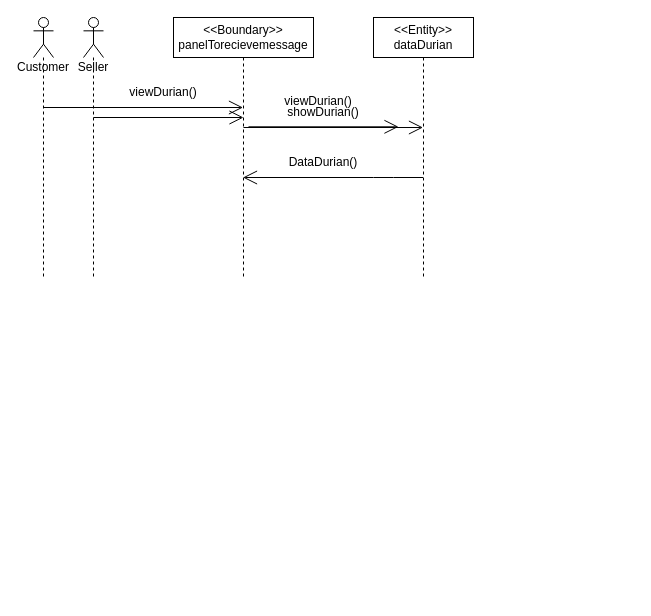
Before: View Stock.drawio in munkeawtoast/isad-diagrams, a draw.io diagram. Source tidied: cells renumbered, new cells numbered last; positions are measured from the earlier drawing's top-left corner, leaving out a move shared by most shapes. Both pictures are drawn from the tidied source at 100%, with x=0, y=0 at pixel (33, 17).
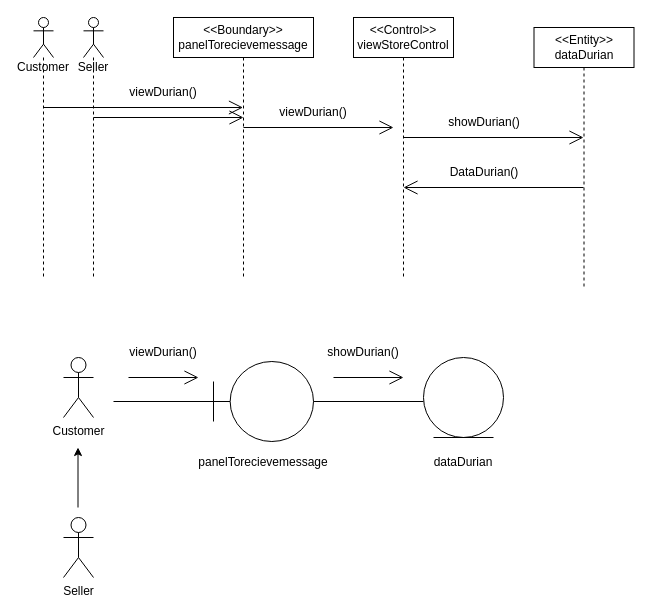
The same page after the edit.

The edit, as a diff of the source:
```diff
@@
     <mxCell id="8" value="&amp;lt;&amp;lt;Entity&amp;gt;&amp;gt;&lt;br&gt;dataDurian" style="shape=umlLifeline;perimeter=lifelinePerimeter;whiteSpace=wrap;html=1;outlineConnect=0;" parent="1" vertex="1">
-      <mxGeometry x="340" width="100" height="260" as="geometry" />
+      <mxGeometry x="500.5" y="10" width="100" height="260" as="geometry" />
     </mxCell>
     <mxCell id="9" style="endArrow=open;endFill=1;endSize=12;html=1;" parent="1" edge="1" target="8">
       <mxGeometry relative="1" as="geometry">
-        <mxPoint x="210" y="110" as="sourcePoint" />
+        <mxPoint x="370.5" y="120" as="sourcePoint" />
       </mxGeometry>
     </mxCell>
     <mxCell id="10" value="showDurian()" style="text;html=1;strokeColor=none;fillColor=none;align=center;verticalAlign=middle;whiteSpace=wrap;rounded=0;" parent="1" vertex="1">
-      <mxGeometry x="260" y="80" width="60" height="30" as="geometry" />
+      <mxGeometry x="420.5" y="90" width="60" height="30" as="geometry" />
     </mxCell>
     <mxCell id="11" style="endArrow=open;endFill=1;endSize=12;html=1;" parent="1" edge="1">
       <mxGeometry relative="1" as="geometry">
-        <mxPoint x="389.5" y="160" as="sourcePoint" />
-        <mxPoint x="209.5" y="160" as="targetPoint" />
+        <mxPoint x="550" y="170" as="sourcePoint" />
+        <mxPoint x="370" y="170" as="targetPoint" />
         <Array as="points">
-          <mxPoint x="350" y="160" />
+          <mxPoint x="510.5" y="170" />
         </Array>
       </mxGeometry>
     </mxCell>
     <mxCell id="12" value="DataDurian()" style="text;html=1;strokeColor=none;fillColor=none;align=center;verticalAlign=middle;whiteSpace=wrap;rounded=0;" parent="1" vertex="1">
-      <mxGeometry x="260" y="130" width="60" height="30" as="geometry" />
+      <mxGeometry x="420.5" y="140" width="60" height="30" as="geometry" />
     </mxCell>
     <mxCell id="13" style="endArrow=open;endFill=1;endSize=12;html=1;" parent="1" edge="1">
       <mxGeometry relative="1" as="geometry">
-        <mxPoint x="215" y="109.3" as="sourcePoint" />
-        <mxPoint x="365" y="109.3" as="targetPoint" />
+        <mxPoint x="210" y="110" as="sourcePoint" />
+        <mxPoint x="360" y="110" as="targetPoint" />
       </mxGeometry>
     </mxCell>
     <mxCell id="14" value="viewDurian()" style="text;html=1;strokeColor=none;fillColor=none;align=center;verticalAlign=middle;whiteSpace=wrap;rounded=0;" parent="1" vertex="1">
-      <mxGeometry x="245" y="69.3" width="80" height="30" as="geometry" />
+      <mxGeometry x="240" y="80" width="80" height="30" as="geometry" />
     </mxCell>
+    <mxCell id="15" value="&amp;lt;&amp;lt;Control&amp;gt;&amp;gt;&lt;br&gt;viewStoreControl" style="shape=umlLifeline;perimeter=lifelinePerimeter;whiteSpace=wrap;html=1;" parent="1" vertex="1">
+      <mxGeometry x="320" width="100" height="260" as="geometry" />
+    </mxCell>
+    <mxCell id="16" value="Customer" style="shape=umlActor;verticalLabelPosition=bottom;verticalAlign=top;html=1;" parent="1" vertex="1">
+      <mxGeometry x="30" y="340" width="30" height="60" as="geometry" />
+    </mxCell>
+    <mxCell id="17" style="edgeStyle=none;html=1;" parent="1" edge="1">
+      <mxGeometry relative="1" as="geometry">
+        <mxPoint x="44.5" y="490" as="sourcePoint" />
+        <mxPoint x="44.5" y="430" as="targetPoint" />
+      </mxGeometry>
+    </mxCell>
+    <mxCell id="18" value="Seller" style="shape=umlActor;verticalLabelPosition=bottom;verticalAlign=top;html=1;" parent="1" vertex="1">
+      <mxGeometry x="30" y="500" width="30" height="60" as="geometry" />
+    </mxCell>
+    <mxCell id="19" style="line;strokeWidth=1;fillColor=none;align=left;verticalAlign=middle;spacingTop=-1;spacingLeft=3;spacingRight=3;labelPosition=right;strokeColor=inherit;" parent="1" vertex="1">
+      <mxGeometry x="80" y="380" width="100" height="8" as="geometry" />
+    </mxCell>
+    <mxCell id="20" style="shape=umlBoundary;whiteSpace=wrap;html=1;" parent="1" vertex="1">
+      <mxGeometry x="180" y="344" width="100" height="80" as="geometry" />
+    </mxCell>
+    <mxCell id="21" value="panelTorecievemessage" style="text;strokeColor=none;align=center;fillColor=none;html=1;verticalAlign=middle;whiteSpace=wrap;rounded=0;" parent="1" vertex="1">
+      <mxGeometry x="200" y="430" width="60" height="30" as="geometry" />
+    </mxCell>
+    <mxCell id="22" style="line;strokeWidth=1;fillColor=none;align=left;verticalAlign=middle;spacingTop=-1;spacingLeft=3;spacingRight=3;labelPosition=right;strokeColor=inherit;" parent="1" vertex="1">
+      <mxGeometry x="280" y="380" width="110" height="8" as="geometry" />
+    </mxCell>
+    <mxCell id="23" style="ellipse;shape=umlEntity;whiteSpace=wrap;html=1;" parent="1" vertex="1">
+      <mxGeometry x="390" y="340" width="80" height="80" as="geometry" />
+    </mxCell>
+    <mxCell id="24" value="dataDurian" style="text;strokeColor=none;align=center;fillColor=none;html=1;verticalAlign=middle;whiteSpace=wrap;rounded=0;" parent="1" vertex="1">
+      <mxGeometry x="400" y="430" width="60" height="30" as="geometry" />
+    </mxCell>
+    <mxCell id="25" style="endArrow=open;endFill=1;endSize=12;html=1;" parent="1" edge="1">
+      <mxGeometry relative="1" as="geometry">
+        <mxPoint x="95" y="360" as="sourcePoint" />
+        <mxPoint x="165" y="360" as="targetPoint" />
+      </mxGeometry>
+    </mxCell>
+    <mxCell id="26" style="endArrow=open;endFill=1;endSize=12;html=1;" parent="1" edge="1">
+      <mxGeometry relative="1" as="geometry">
+        <mxPoint x="300" y="360" as="sourcePoint" />
+        <mxPoint x="370" y="360" as="targetPoint" />
+      </mxGeometry>
+    </mxCell>
+    <mxCell id="27" value="viewDurian()" style="text;html=1;strokeColor=none;fillColor=none;align=center;verticalAlign=middle;whiteSpace=wrap;rounded=0;" parent="1" vertex="1">
+      <mxGeometry x="90" y="320" width="80" height="30" as="geometry" />
+    </mxCell>
+    <mxCell id="28" value="showDurian()" style="text;html=1;strokeColor=none;fillColor=none;align=center;verticalAlign=middle;whiteSpace=wrap;rounded=0;" parent="1" vertex="1">
+      <mxGeometry x="300" y="320" width="60" height="30" as="geometry" />
+    </mxCell>
```
